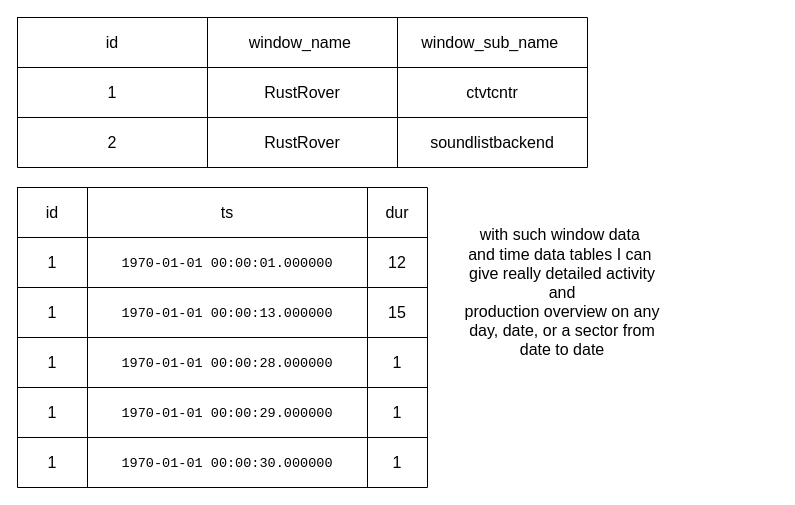
This is db_logic.drawio from zedddie16/ctvtcntr, a draw.io file, before an edit. Source tidied: cells renumbered, new cells numbered last; positions are measured from the earlier drawing's top-left corner, leaving out a move shared by most shapes. Both pictures are drawn from the tidied source at 100%, with x=0, y=0 at pixel (17, 17).
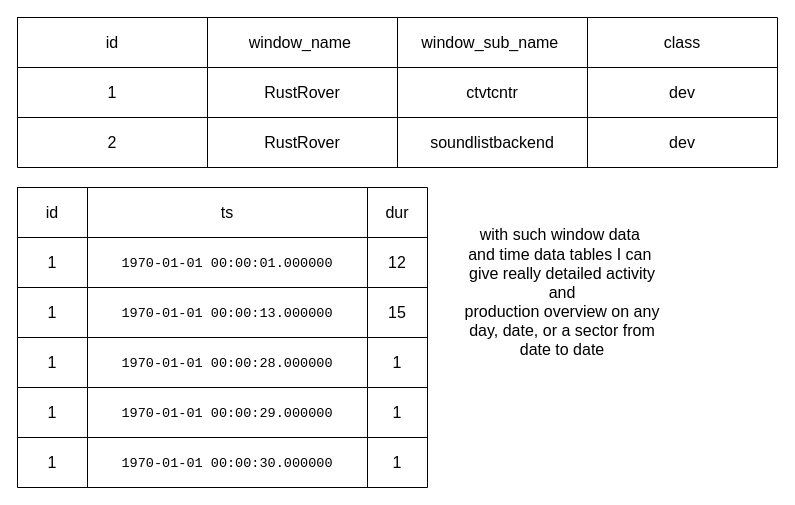
Above is the later version.

Commit message:
feat: add classes column to window_data table

Diff of the diagram source:
```diff
@@
     <mxCell id="2" style="shape=table;startSize=0;childLayout=tableLayout;fontSize=16;" parent="1" vertex="1">
-      <mxGeometry width="570" height="150" as="geometry" />
+      <mxGeometry width="760" height="150" as="geometry" />
     </mxCell>
     <mxCell id="3" style="shape=tableRow;horizontal=0;startSize=0;swimlaneHead=0;swimlaneBody=0;strokeColor=inherit;top=0;left=0;bottom=0;right=0;fillColor=none;fontSize=16;" parent="2" vertex="1">
-      <mxGeometry width="570" height="50" as="geometry" />
+      <mxGeometry width="760" height="50" as="geometry" />
     </mxCell>
@@
+    <mxCell id="41" value="class" style="shape=partialRectangle;html=1;whiteSpace=wrap;strokeColor=inherit;overflow=hidden;fillColor=none;top=0;left=0;bottom=0;right=0;fontSize=16;" parent="3" vertex="1">
+      <mxGeometry x="570" width="190" height="50" as="geometry" />
+    </mxCell>
     <mxCell id="7" style="shape=tableRow;horizontal=0;startSize=0;swimlaneHead=0;swimlaneBody=0;strokeColor=inherit;top=0;left=0;bottom=0;right=0;fillColor=none;fontSize=16;" parent="2" vertex="1">
-      <mxGeometry y="50" width="570" height="50" as="geometry" />
+      <mxGeometry y="50" width="760" height="50" as="geometry" />
     </mxCell>
@@
+    <mxCell id="42" value="dev" style="shape=partialRectangle;html=1;whiteSpace=wrap;strokeColor=inherit;overflow=hidden;fillColor=none;top=0;left=0;bottom=0;right=0;fontSize=16;" parent="7" vertex="1">
+      <mxGeometry x="570" width="190" height="50" as="geometry" />
+    </mxCell>
     <mxCell id="11" style="shape=tableRow;horizontal=0;startSize=0;swimlaneHead=0;swimlaneBody=0;strokeColor=inherit;top=0;left=0;bottom=0;right=0;fillColor=none;fontSize=16;" parent="2" vertex="1">
-      <mxGeometry y="100" width="570" height="50" as="geometry" />
+      <mxGeometry y="100" width="760" height="50" as="geometry" />
     </mxCell>
@@
+    <mxCell id="43" value="dev" style="shape=partialRectangle;html=1;whiteSpace=wrap;strokeColor=inherit;overflow=hidden;fillColor=none;top=0;left=0;bottom=0;right=0;fontSize=16;" parent="11" vertex="1">
+      <mxGeometry x="570" width="190" height="50" as="geometry" />
+    </mxCell>
```
